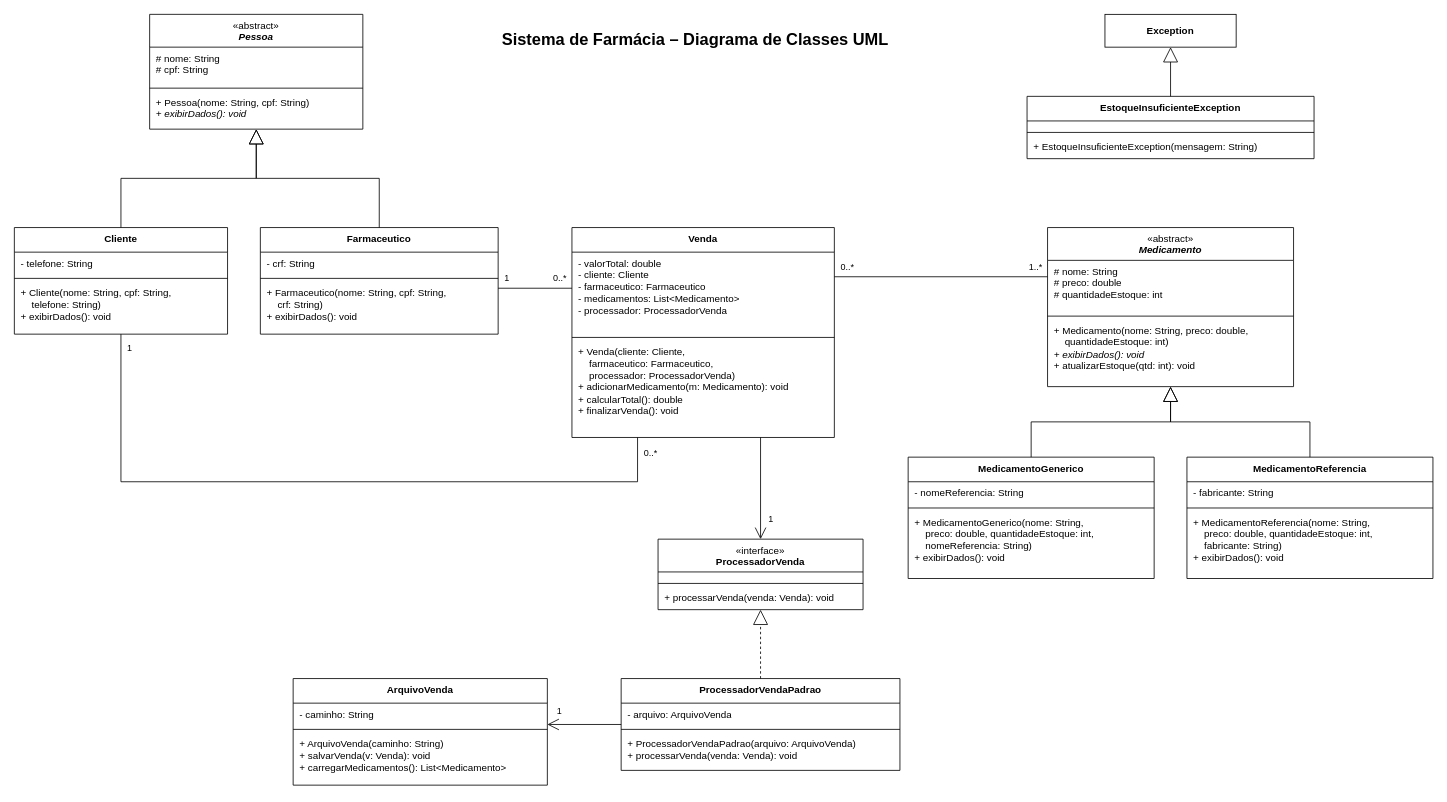
Before: docs/uml-farmacia.drawio in isabelamoreiramendes29/Trabalho_POO_Farmacia, a draw.io diagram. Source tidied: cells renumbered, new cells numbered last; positions are measured from the earlier drawing's top-left corner, leaving out a move shared by most shapes. Both pictures are drawn from the tidied source at 82%, with x=0, y=0 at pixel (14, 14).
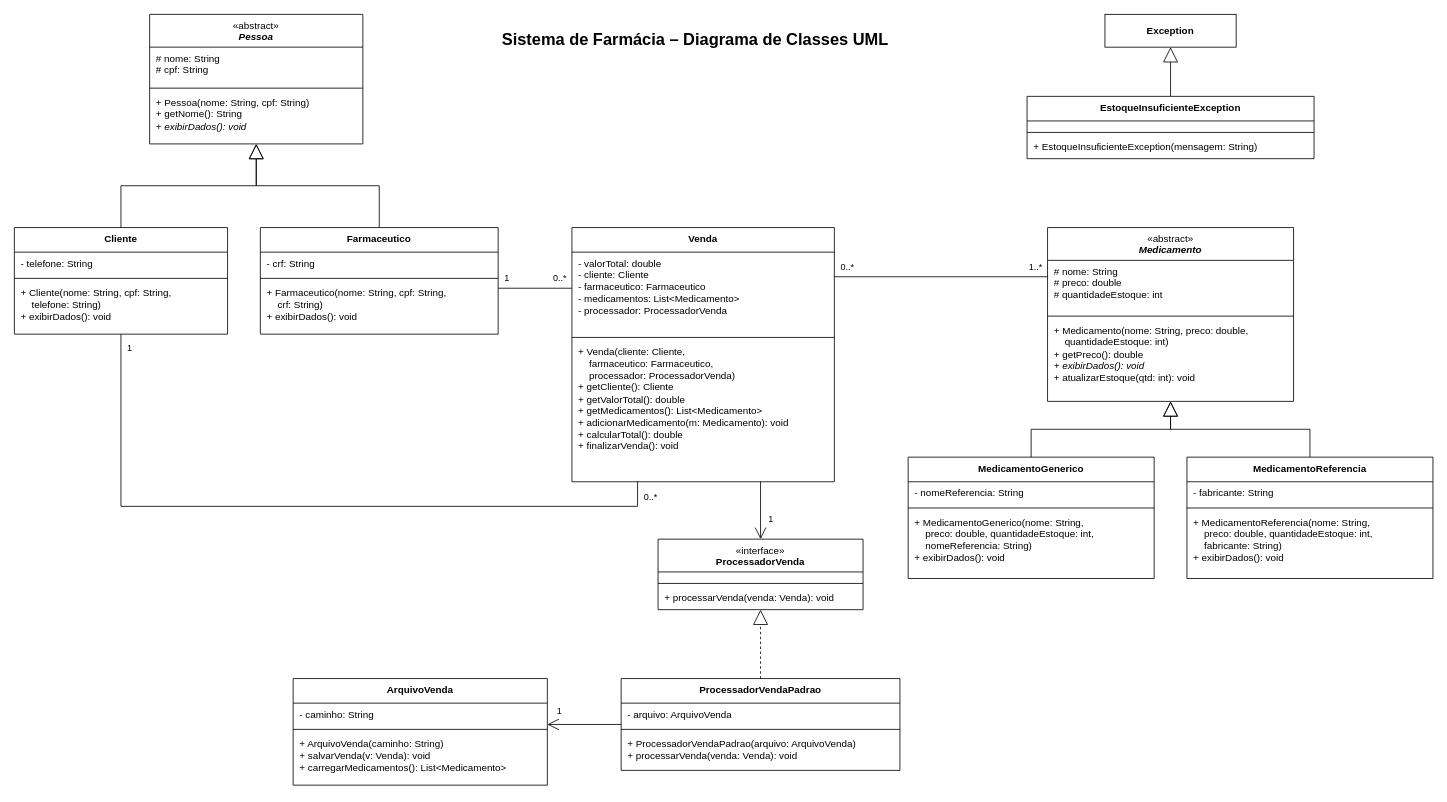
After the change.

Commit message (it also covers changes not shown here):
Acrescenta os getters no UML e atualiza a imagem do diagrama

The change refers to these unchanged cells:
```xml
<mxCell id="7" value="&lt;b&gt;Cliente&lt;/b&gt;" style="swimlane;fontStyle=0;align=center;verticalAlign=top;horizontal=1;startSize=30;whiteSpace=wrap;html=1;" parent="1" vertex="1">
  <mxGeometry y="260" width="260" height="130" as="geometry" />
</mxCell>
```

Diff of the diagram source:
```diff
@@
     <mxCell id="3" value="«abstract»&lt;br&gt;&lt;b&gt;&lt;i&gt;Pessoa&lt;/i&gt;&lt;/b&gt;" style="swimlane;fontStyle=0;align=center;verticalAlign=top;horizontal=1;startSize=40;whiteSpace=wrap;html=1;" parent="1" vertex="1">
-      <mxGeometry x="165" width="260" height="140" as="geometry" />
+      <mxGeometry x="165" width="260" height="158" as="geometry" />
     </mxCell>
@@
-    <mxCell id="6" value="+ Pessoa(nome: String, cpf: String)&lt;br&gt;&lt;i&gt;+ exibirDados(): void&lt;/i&gt;" style="text;strokeColor=none;fillColor=none;align=left;verticalAlign=top;spacingLeft=6;spacingRight=4;overflow=hidden;whiteSpace=wrap;html=1;" parent="3" vertex="1">
-      <mxGeometry y="94" width="260" height="46" as="geometry" />
+    <mxCell id="6" value="+ Pessoa(nome: String, cpf: String)&lt;br&gt;+ getNome(): String&lt;br&gt;&lt;i&gt;+ exibirDados(): void&lt;/i&gt;" style="text;strokeColor=none;fillColor=none;align=left;verticalAlign=top;spacingLeft=6;spacingRight=4;overflow=hidden;whiteSpace=wrap;html=1;" parent="3" vertex="1">
+      <mxGeometry y="94" width="260" height="64" as="geometry" />
     </mxCell>
@@
     <mxCell id="15" value="&lt;b&gt;Venda&lt;/b&gt;" style="swimlane;fontStyle=0;align=center;verticalAlign=top;horizontal=1;startSize=30;whiteSpace=wrap;html=1;" parent="1" vertex="1">
-      <mxGeometry x="680" y="260" width="320" height="256" as="geometry" />
+      <mxGeometry x="680" y="260" width="320" height="310" as="geometry" />
     </mxCell>
@@
-    <mxCell id="18" value="+ Venda(cliente: Cliente,&lt;br&gt;&amp;nbsp;&amp;nbsp;&amp;nbsp;&amp;nbsp;farmaceutico: Farmaceutico,&lt;br&gt;&amp;nbsp;&amp;nbsp;&amp;nbsp;&amp;nbsp;processador: ProcessadorVenda)&lt;br&gt;+ adicionarMedicamento(m: Medicamento): void&lt;br&gt;+ calcularTotal(): double&lt;br&gt;+ finalizarVenda(): void" style="text;strokeColor=none;fillColor=none;align=left;verticalAlign=top;spacingLeft=6;spacingRight=4;overflow=hidden;whiteSpace=wrap;html=1;" parent="15" vertex="1">
-      <mxGeometry y="138" width="320" height="118" as="geometry" />
+    <mxCell id="18" value="+ Venda(cliente: Cliente,&lt;br&gt;&amp;nbsp;&amp;nbsp;&amp;nbsp;&amp;nbsp;farmaceutico: Farmaceutico,&lt;br&gt;&amp;nbsp;&amp;nbsp;&amp;nbsp;&amp;nbsp;processador: ProcessadorVenda)&lt;br&gt;+ getCliente(): Cliente&lt;br&gt;+ getValorTotal(): double&lt;br&gt;+ getMedicamentos(): List&amp;lt;Medicamento&amp;gt;&lt;br&gt;+ adicionarMedicamento(m: Medicamento): void&lt;br&gt;+ calcularTotal(): double&lt;br&gt;+ finalizarVenda(): void" style="text;strokeColor=none;fillColor=none;align=left;verticalAlign=top;spacingLeft=6;spacingRight=4;overflow=hidden;whiteSpace=wrap;html=1;" parent="15" vertex="1">
+      <mxGeometry y="138" width="320" height="172" as="geometry" />
     </mxCell>
     <mxCell id="19" value="«abstract»&lt;br&gt;&lt;b&gt;&lt;i&gt;Medicamento&lt;/i&gt;&lt;/b&gt;" style="swimlane;fontStyle=0;align=center;verticalAlign=top;horizontal=1;startSize=40;whiteSpace=wrap;html=1;" parent="1" vertex="1">
-      <mxGeometry x="1260" y="260" width="300" height="194" as="geometry" />
+      <mxGeometry x="1260" y="260" width="300" height="212" as="geometry" />
     </mxCell>
@@
-    <mxCell id="22" value="+ Medicamento(nome: String, preco: double,&lt;br&gt;&amp;nbsp;&amp;nbsp;&amp;nbsp;&amp;nbsp;quantidadeEstoque: int)&lt;br&gt;&lt;i&gt;+ exibirDados(): void&lt;/i&gt;&lt;br&gt;+ atualizarEstoque(qtd: int): void" style="text;strokeColor=none;fillColor=none;align=left;verticalAlign=top;spacingLeft=6;spacingRight=4;overflow=hidden;whiteSpace=wrap;html=1;" parent="19" vertex="1">
-      <mxGeometry y="112" width="300" height="82" as="geometry" />
+    <mxCell id="22" value="+ Medicamento(nome: String, preco: double,&lt;br&gt;&amp;nbsp;&amp;nbsp;&amp;nbsp;&amp;nbsp;quantidadeEstoque: int)&lt;br&gt;+ getPreco(): double&lt;br&gt;&lt;i&gt;+ exibirDados(): void&lt;/i&gt;&lt;br&gt;+ atualizarEstoque(qtd: int): void" style="text;strokeColor=none;fillColor=none;align=left;verticalAlign=top;spacingLeft=6;spacingRight=4;overflow=hidden;whiteSpace=wrap;html=1;" parent="19" vertex="1">
+      <mxGeometry y="112" width="300" height="100" as="geometry" />
     </mxCell>
@@
     <mxCell id="54" style="endArrow=none;html=1;rounded=0;edgeStyle=orthogonalEdgeStyle;exitX=0.5;exitY=1;exitDx=0;exitDy=0;entryX=0.25;entryY=1;entryDx=0;entryDy=0;" parent="1" edge="1" source="7" target="15">
       <mxGeometry relative="1" as="geometry">
         <Array as="points">
-          <mxPoint x="130" y="570" />
-          <mxPoint x="760" y="570" />
+          <mxPoint x="130" y="600" />
+          <mxPoint x="760" y="600" />
         </Array>
       </mxGeometry>
     </mxCell>
```
